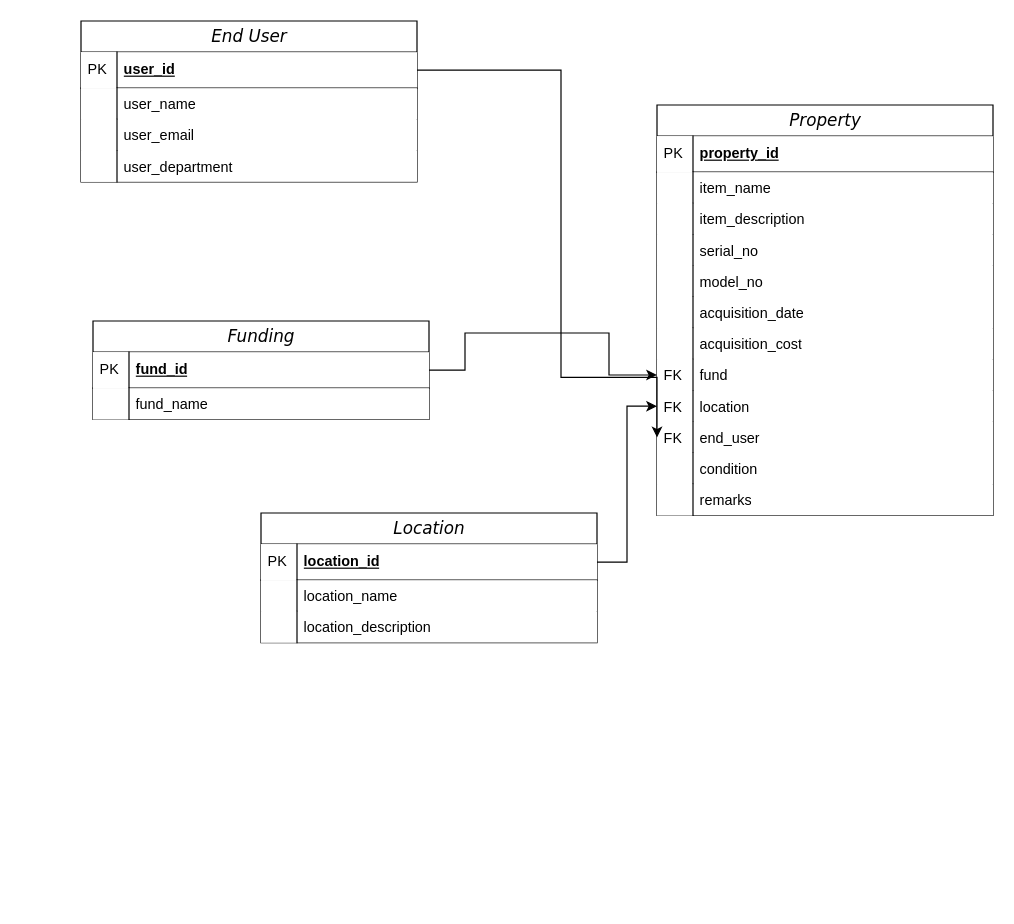
This is diagram/erd.drawio from MarvinWaro/property-management, a draw.io file, before an edit. Source tidied: cells renumbered, new cells numbered last; positions are measured from the earlier drawing's top-left corner, leaving out a move shared by most shapes. Both pictures are drawn from the tidied source at 120%, with x=0, y=0 at pixel (80, 20).
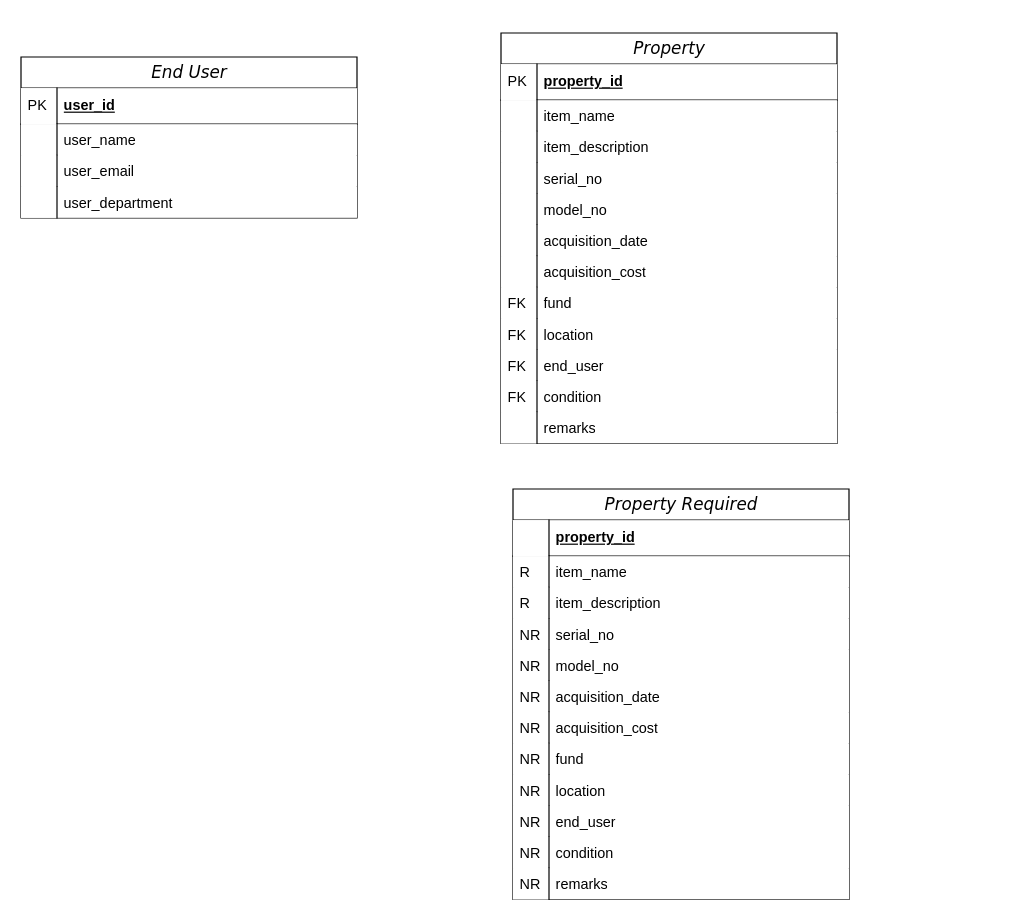
Above is the later version.

Commit message (it also covers changes not shown here):
Done for the rendering of location table

Unchanged cells that the change refers to:
```xml
<mxCell id="17" value="fund" style="shape=partialRectangle;top=0;left=0;right=0;bottom=0;html=1;align=left;verticalAlign=top;spacingLeft=34;spacingRight=4;whiteSpace=wrap;overflow=hidden;points=[[0,0.5],[1,0.5]];portConstraint=eastwest;" parent="2" vertex="1">
  <mxGeometry y="212" width="280" height="26" as="geometry" />
</mxCell>
<mxCell id="19" value="location" style="shape=partialRectangle;top=0;left=0;right=0;bottom=0;html=1;align=left;verticalAlign=top;spacingLeft=34;spacingRight=4;whiteSpace=wrap;overflow=hidden;points=[[0,0.5],[1,0.5]];portConstraint=eastwest;" parent="2" vertex="1">
  <mxGeometry y="238" width="280" height="26" as="geometry" />
</mxCell>
<mxCell id="21" value="end_user" style="shape=partialRectangle;top=0;left=0;right=0;bottom=0;html=1;align=left;verticalAlign=top;spacingLeft=34;spacingRight=4;whiteSpace=wrap;overflow=hidden;points=[[0,0.5],[1,0.5]];portConstraint=eastwest;" parent="2" vertex="1">
  <mxGeometry y="264" width="280" height="26" as="geometry" />
</mxCell>
<mxCell id="23" value="condition" style="shape=partialRectangle;top=0;left=0;right=0;bottom=0;html=1;align=left;verticalAlign=top;spacingLeft=34;spacingRight=4;whiteSpace=wrap;overflow=hidden;" parent="2" vertex="1">
  <mxGeometry y="290" width="280" height="26" as="geometry" />
</mxCell>
<mxCell id="28" value="user_id" style="shape=partialRectangle;top=0;left=0;right=0;bottom=1;html=1;align=left;verticalAlign=middle;spacingLeft=34;spacingRight=4;whiteSpace=wrap;overflow=hidden;points=[[0,0.5],[1,0.5]];portConstraint=eastwest;fontStyle=5;" parent="27" vertex="1">
  <mxGeometry y="26" width="280" height="30" as="geometry" />
</mxCell>
```

The edit, as a diff of the source:
```diff
@@
     <mxCell id="2" value="&lt;i&gt;Property&lt;/i&gt;" style="swimlane;html=1;fontStyle=0;horizontal=1;startSize=26;swimlaneFillColor=#ffffff;align=center;rounded=0;shadow=0;comic=0;labelBackgroundColor=none;strokeWidth=1;fontFamily=Verdana;fontSize=14;swimlaneLine=1;" parent="1" vertex="1">
-      <mxGeometry x="480" y="70" width="280" height="342" as="geometry" />
+      <mxGeometry x="350" y="10" width="280" height="342" as="geometry" />
     </mxCell>
@@
-    <mxCell id="24" style="shape=partialRectangle;top=0;left=0;bottom=0;html=1;align=left;verticalAlign=top;spacingLeft=4;spacingRight=4;whiteSpace=wrap;overflow=hidden;" parent="23" vertex="1">
+    <mxCell id="24" value="FK" style="shape=partialRectangle;top=0;left=0;bottom=0;html=1;align=left;verticalAlign=top;spacingLeft=4;spacingRight=4;whiteSpace=wrap;overflow=hidden;" parent="23" vertex="1">
       <mxGeometry width="30" height="26" as="geometry" />
     </mxCell>
@@
-    <mxCell id="27" value="&lt;i&gt;End User&lt;/i&gt;" style="swimlane;html=1;fontStyle=0;horizontal=1;startSize=26;swimlaneFillColor=#ffffff;align=center;rounded=0;shadow=0;comic=0;labelBackgroundColor=none;strokeWidth=1;fontFamily=Verdana;fontSize=14;swimlaneLine=1;" parent="1" vertex="1">
-      <mxGeometry width="280" height="134" as="geometry" />
+    <mxCell id="27" value="&lt;i&gt;End User&lt;/i&gt;" style="swimlane;html=1;fontStyle=0;horizontal=1;startSize=26;swimlaneFillColor=#ffffff;align=center;rounded=0;shadow=0;comic=0;labelBackgroundColor=none;strokeWidth=1;fontFamily=Verdana;fontSize=14;swimlaneLine=1;fillColor=default;" parent="1" vertex="1">
+      <mxGeometry x="-50" y="30" width="280" height="134" as="geometry" />
     </mxCell>
@@
-    <mxCell id="36" value="&lt;i&gt;Location&lt;/i&gt;" style="swimlane;html=1;fontStyle=0;horizontal=1;startSize=26;swimlaneFillColor=#ffffff;align=center;rounded=0;shadow=0;comic=0;labelBackgroundColor=none;strokeWidth=1;fontFamily=Verdana;fontSize=14;swimlaneLine=1;" parent="1" vertex="1">
-      <mxGeometry x="150" y="410" width="280" height="108" as="geometry" />
-    </mxCell>
-    <mxCell id="37" value="location_id" style="shape=partialRectangle;top=0;left=0;right=0;bottom=1;html=1;align=left;verticalAlign=middle;spacingLeft=34;spacingRight=4;whiteSpace=wrap;overflow=hidden;points=[[0,0.5],[1,0.5]];portConstraint=eastwest;fontStyle=5;" parent="36" vertex="1">
-      <mxGeometry y="26" width="280" height="30" as="geometry" />
-    </mxCell>
-    <mxCell id="38" value="PK" style="shape=partialRectangle;top=0;left=0;bottom=0;html=1;align=left;verticalAlign=middle;spacingLeft=4;spacingRight=4;whiteSpace=wrap;overflow=hidden;" parent="37" vertex="1">
-      <mxGeometry width="30" height="30" as="geometry" />
-    </mxCell>
-    <mxCell id="39" value="location_name" style="shape=partialRectangle;top=0;left=0;right=0;bottom=0;html=1;align=left;verticalAlign=top;spacingLeft=34;spacingRight=4;whiteSpace=wrap;overflow=hidden;" parent="36" vertex="1">
-      <mxGeometry y="56" width="280" height="26" as="geometry" />
-    </mxCell>
-    <mxCell id="40" style="shape=partialRectangle;top=0;left=0;bottom=0;html=1;align=left;verticalAlign=top;spacingLeft=4;spacingRight=4;whiteSpace=wrap;overflow=hidden;" parent="39" vertex="1">
-      <mxGeometry width="30" height="26" as="geometry" />
-    </mxCell>
-    <mxCell id="41" value="location_description" style="shape=partialRectangle;top=0;left=0;right=0;bottom=0;html=1;align=left;verticalAlign=top;spacingLeft=34;spacingRight=4;whiteSpace=wrap;overflow=hidden;" parent="36" vertex="1">
-      <mxGeometry y="82" width="280" height="26" as="geometry" />
-    </mxCell>
-    <mxCell id="42" style="shape=partialRectangle;top=0;left=0;bottom=0;html=1;align=left;verticalAlign=top;spacingLeft=4;spacingRight=4;whiteSpace=wrap;overflow=hidden;" parent="41" vertex="1">
-      <mxGeometry width="30" height="26" as="geometry" />
-    </mxCell>
-    <mxCell id="43" value="&lt;i&gt;Funding&lt;/i&gt;" style="swimlane;html=1;fontStyle=0;horizontal=1;startSize=26;swimlaneFillColor=#ffffff;align=center;rounded=0;shadow=0;comic=0;labelBackgroundColor=none;strokeWidth=1;fontFamily=Verdana;fontSize=14;swimlaneLine=1;" parent="1" vertex="1">
-      <mxGeometry x="10" y="250" width="280" height="82" as="geometry" />
-    </mxCell>
-    <mxCell id="44" value="fund_id" style="shape=partialRectangle;top=0;left=0;right=0;bottom=1;html=1;align=left;verticalAlign=middle;spacingLeft=34;spacingRight=4;whiteSpace=wrap;overflow=hidden;points=[[0,0.5],[1,0.5]];portConstraint=eastwest;fontStyle=5;" parent="43" vertex="1">
-      <mxGeometry y="26" width="280" height="30" as="geometry" />
-    </mxCell>
-    <mxCell id="45" value="PK" style="shape=partialRectangle;top=0;left=0;bottom=0;html=1;align=left;verticalAlign=middle;spacingLeft=4;spacingRight=4;whiteSpace=wrap;overflow=hidden;" parent="44" vertex="1">
-      <mxGeometry width="30" height="30" as="geometry" />
-    </mxCell>
-    <mxCell id="46" value="fund_name" style="shape=partialRectangle;top=0;left=0;right=0;bottom=0;html=1;align=left;verticalAlign=top;spacingLeft=34;spacingRight=4;whiteSpace=wrap;overflow=hidden;" parent="43" vertex="1">
-      <mxGeometry y="56" width="280" height="26" as="geometry" />
-    </mxCell>
-    <mxCell id="47" style="shape=partialRectangle;top=0;left=0;bottom=0;html=1;align=left;verticalAlign=top;spacingLeft=4;spacingRight=4;whiteSpace=wrap;overflow=hidden;" parent="46" vertex="1">
-      <mxGeometry width="30" height="26" as="geometry" />
-    </mxCell>
-    <mxCell id="48" style="edgeStyle=orthogonalEdgeStyle;rounded=0;jettySize=auto;html=1;exitX=1;exitY=0.5;exitDx=0;exitDy=0;entryX=0;entryY=0.5;entryDx=0;entryDy=0;" parent="1" edge="1" source="37" target="19">
-      <mxGeometry relative="1" as="geometry" />
-    </mxCell>
-    <mxCell id="49" style="edgeStyle=orthogonalEdgeStyle;rounded=0;jettySize=auto;html=1;exitX=1;exitY=0.5;exitDx=0;exitDy=0;entryX=0;entryY=0.5;entryDx=0;entryDy=0;" parent="1" edge="1" source="44" target="17">
-      <mxGeometry relative="1" as="geometry">
-        <Array as="points">
-          <mxPoint x="320" y="291" />
-          <mxPoint x="320" y="260" />
-          <mxPoint x="440" y="260" />
-          <mxPoint x="440" y="295" />
-        </Array>
-      </mxGeometry>
-    </mxCell>
-    <mxCell id="50" style="edgeStyle=orthogonalEdgeStyle;rounded=0;jettySize=auto;html=1;exitX=1;exitY=0.5;exitDx=0;exitDy=0;entryX=0;entryY=0.5;entryDx=0;entryDy=0;" parent="1" edge="1" source="28" target="21">
-      <mxGeometry relative="1" as="geometry">
-        <Array as="points">
-          <mxPoint x="400" y="41" />
-          <mxPoint x="400" y="297" />
-        </Array>
-      </mxGeometry>
-    </mxCell>
+    <mxCell id="51" value="&lt;i&gt;Property Required&lt;/i&gt;" style="swimlane;html=1;fontStyle=0;horizontal=1;startSize=26;swimlaneFillColor=#ffffff;align=center;rounded=0;shadow=0;comic=0;labelBackgroundColor=none;strokeWidth=1;fontFamily=Verdana;fontSize=14;swimlaneLine=1;" parent="1" vertex="1">
+      <mxGeometry x="360" y="390" width="280" height="342" as="geometry" />
+    </mxCell>
+    <mxCell id="52" value="property_id" style="shape=partialRectangle;top=0;left=0;right=0;bottom=1;html=1;align=left;verticalAlign=middle;spacingLeft=34;spacingRight=4;whiteSpace=wrap;overflow=hidden;fontStyle=5;" parent="51" vertex="1">
+      <mxGeometry y="26" width="280" height="30" as="geometry" />
+    </mxCell>
+    <mxCell id="53" style="shape=partialRectangle;top=0;left=0;bottom=0;html=1;align=left;verticalAlign=middle;spacingLeft=4;spacingRight=4;whiteSpace=wrap;overflow=hidden;" parent="52" vertex="1">
+      <mxGeometry width="30" height="30" as="geometry" />
+    </mxCell>
+    <mxCell id="54" value="item_name" style="shape=partialRectangle;top=0;left=0;right=0;bottom=0;html=1;align=left;verticalAlign=top;spacingLeft=34;spacingRight=4;whiteSpace=wrap;overflow=hidden;" parent="51" vertex="1">
+      <mxGeometry y="56" width="280" height="26" as="geometry" />
+    </mxCell>
+    <mxCell id="55" value="R" style="shape=partialRectangle;top=0;left=0;bottom=0;html=1;align=left;verticalAlign=top;spacingLeft=4;spacingRight=4;whiteSpace=wrap;overflow=hidden;" parent="54" vertex="1">
+      <mxGeometry width="30" height="26" as="geometry" />
+    </mxCell>
+    <mxCell id="56" value="item_description" style="shape=partialRectangle;top=0;left=0;right=0;bottom=0;html=1;align=left;verticalAlign=top;spacingLeft=34;spacingRight=4;whiteSpace=wrap;overflow=hidden;" parent="51" vertex="1">
+      <mxGeometry y="82" width="280" height="26" as="geometry" />
+    </mxCell>
+    <mxCell id="57" value="R" style="shape=partialRectangle;top=0;left=0;bottom=0;html=1;align=left;verticalAlign=top;spacingLeft=4;spacingRight=4;whiteSpace=wrap;overflow=hidden;" parent="56" vertex="1">
+      <mxGeometry width="30" height="26" as="geometry" />
+    </mxCell>
+    <mxCell id="58" value="serial_no" style="shape=partialRectangle;top=0;left=0;right=0;bottom=0;html=1;align=left;verticalAlign=top;spacingLeft=34;spacingRight=4;whiteSpace=wrap;overflow=hidden;" parent="51" vertex="1">
+      <mxGeometry y="108" width="280" height="26" as="geometry" />
+    </mxCell>
+    <mxCell id="59" value="NR" style="shape=partialRectangle;top=0;left=0;bottom=0;html=1;align=left;verticalAlign=top;spacingLeft=4;spacingRight=4;whiteSpace=wrap;overflow=hidden;" parent="58" vertex="1">
+      <mxGeometry width="30" height="26" as="geometry" />
+    </mxCell>
+    <mxCell id="60" value="model_no" style="shape=partialRectangle;top=0;left=0;right=0;bottom=0;html=1;align=left;verticalAlign=top;spacingLeft=34;spacingRight=4;whiteSpace=wrap;overflow=hidden;" parent="51" vertex="1">
+      <mxGeometry y="134" width="280" height="26" as="geometry" />
+    </mxCell>
+    <mxCell id="61" value="NR" style="shape=partialRectangle;top=0;left=0;bottom=0;html=1;align=left;verticalAlign=top;spacingLeft=4;spacingRight=4;whiteSpace=wrap;overflow=hidden;" parent="60" vertex="1">
+      <mxGeometry width="30" height="26" as="geometry" />
+    </mxCell>
+    <mxCell id="62" value="acquisition_date" style="shape=partialRectangle;top=0;left=0;right=0;bottom=0;html=1;align=left;verticalAlign=top;spacingLeft=34;spacingRight=4;whiteSpace=wrap;overflow=hidden;" parent="51" vertex="1">
+      <mxGeometry y="160" width="280" height="26" as="geometry" />
+    </mxCell>
+    <mxCell id="63" value="NR" style="shape=partialRectangle;top=0;left=0;bottom=0;html=1;align=left;verticalAlign=top;spacingLeft=4;spacingRight=4;whiteSpace=wrap;overflow=hidden;" parent="62" vertex="1">
+      <mxGeometry width="30" height="26" as="geometry" />
+    </mxCell>
+    <mxCell id="64" value="acquisition_cost&lt;br&gt;" style="shape=partialRectangle;top=0;left=0;right=0;bottom=0;html=1;align=left;verticalAlign=top;spacingLeft=34;spacingRight=4;whiteSpace=wrap;overflow=hidden;" parent="51" vertex="1">
+      <mxGeometry y="186" width="280" height="26" as="geometry" />
+    </mxCell>
+    <mxCell id="65" value="NR" style="shape=partialRectangle;top=0;left=0;bottom=0;html=1;align=left;verticalAlign=top;spacingLeft=4;spacingRight=4;whiteSpace=wrap;overflow=hidden;" parent="64" vertex="1">
+      <mxGeometry width="30" height="26" as="geometry" />
+    </mxCell>
+    <mxCell id="66" value="fund" style="shape=partialRectangle;top=0;left=0;right=0;bottom=0;html=1;align=left;verticalAlign=top;spacingLeft=34;spacingRight=4;whiteSpace=wrap;overflow=hidden;" parent="51" vertex="1">
+      <mxGeometry y="212" width="280" height="26" as="geometry" />
+    </mxCell>
+    <mxCell id="67" value="NR" style="shape=partialRectangle;top=0;left=0;bottom=0;html=1;align=left;verticalAlign=top;spacingLeft=4;spacingRight=4;whiteSpace=wrap;overflow=hidden;" parent="66" vertex="1">
+      <mxGeometry width="30" height="26" as="geometry" />
+    </mxCell>
+    <mxCell id="68" value="location" style="shape=partialRectangle;top=0;left=0;right=0;bottom=0;html=1;align=left;verticalAlign=top;spacingLeft=34;spacingRight=4;whiteSpace=wrap;overflow=hidden;" parent="51" vertex="1">
+      <mxGeometry y="238" width="280" height="26" as="geometry" />
+    </mxCell>
+    <mxCell id="69" value="NR" style="shape=partialRectangle;top=0;left=0;bottom=0;html=1;align=left;verticalAlign=top;spacingLeft=4;spacingRight=4;whiteSpace=wrap;overflow=hidden;" parent="68" vertex="1">
+      <mxGeometry width="30" height="26" as="geometry" />
+    </mxCell>
+    <mxCell id="70" value="end_user" style="shape=partialRectangle;top=0;left=0;right=0;bottom=0;html=1;align=left;verticalAlign=top;spacingLeft=34;spacingRight=4;whiteSpace=wrap;overflow=hidden;" parent="51" vertex="1">
+      <mxGeometry y="264" width="280" height="26" as="geometry" />
+    </mxCell>
+    <mxCell id="71" value="NR" style="shape=partialRectangle;top=0;left=0;bottom=0;html=1;align=left;verticalAlign=top;spacingLeft=4;spacingRight=4;whiteSpace=wrap;overflow=hidden;" parent="70" vertex="1">
+      <mxGeometry width="30" height="26" as="geometry" />
+    </mxCell>
+    <mxCell id="72" value="condition" style="shape=partialRectangle;top=0;left=0;right=0;bottom=0;html=1;align=left;verticalAlign=top;spacingLeft=34;spacingRight=4;whiteSpace=wrap;overflow=hidden;" parent="51" vertex="1">
+      <mxGeometry y="290" width="280" height="26" as="geometry" />
+    </mxCell>
+    <mxCell id="73" value="NR" style="shape=partialRectangle;top=0;left=0;bottom=0;html=1;align=left;verticalAlign=top;spacingLeft=4;spacingRight=4;whiteSpace=wrap;overflow=hidden;" parent="72" vertex="1">
+      <mxGeometry width="30" height="26" as="geometry" />
+    </mxCell>
+    <mxCell id="74" value="remarks" style="shape=partialRectangle;top=0;left=0;right=0;bottom=0;html=1;align=left;verticalAlign=top;spacingLeft=34;spacingRight=4;whiteSpace=wrap;overflow=hidden;" parent="51" vertex="1">
+      <mxGeometry y="316" width="280" height="26" as="geometry" />
+    </mxCell>
+    <mxCell id="75" value="NR" style="shape=partialRectangle;top=0;left=0;bottom=0;html=1;align=left;verticalAlign=top;spacingLeft=4;spacingRight=4;whiteSpace=wrap;overflow=hidden;" parent="74" vertex="1">
+      <mxGeometry width="30" height="26" as="geometry" />
+    </mxCell>
```
